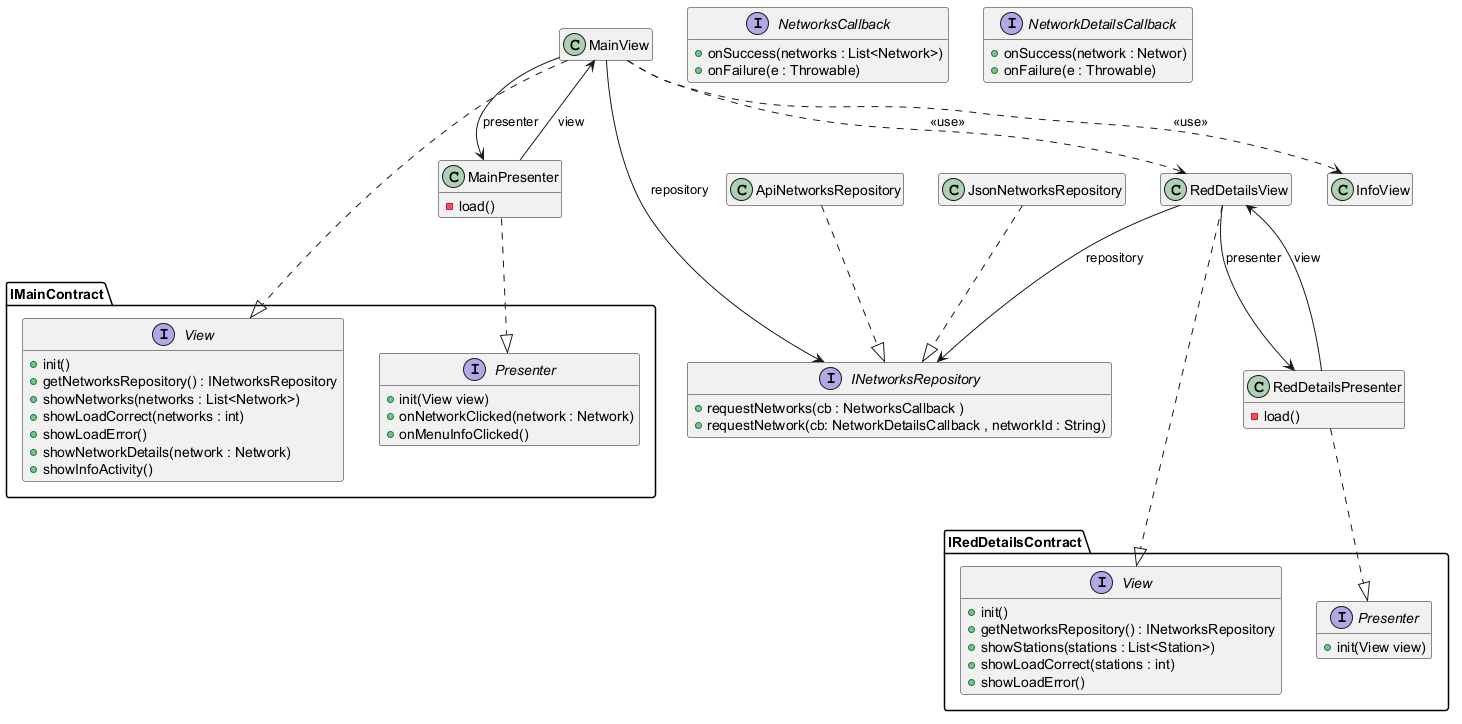
Before: Docs/Models/architecture.png, a diagram exported from PlantUML (isunican/App-Bicis-Grupo1).
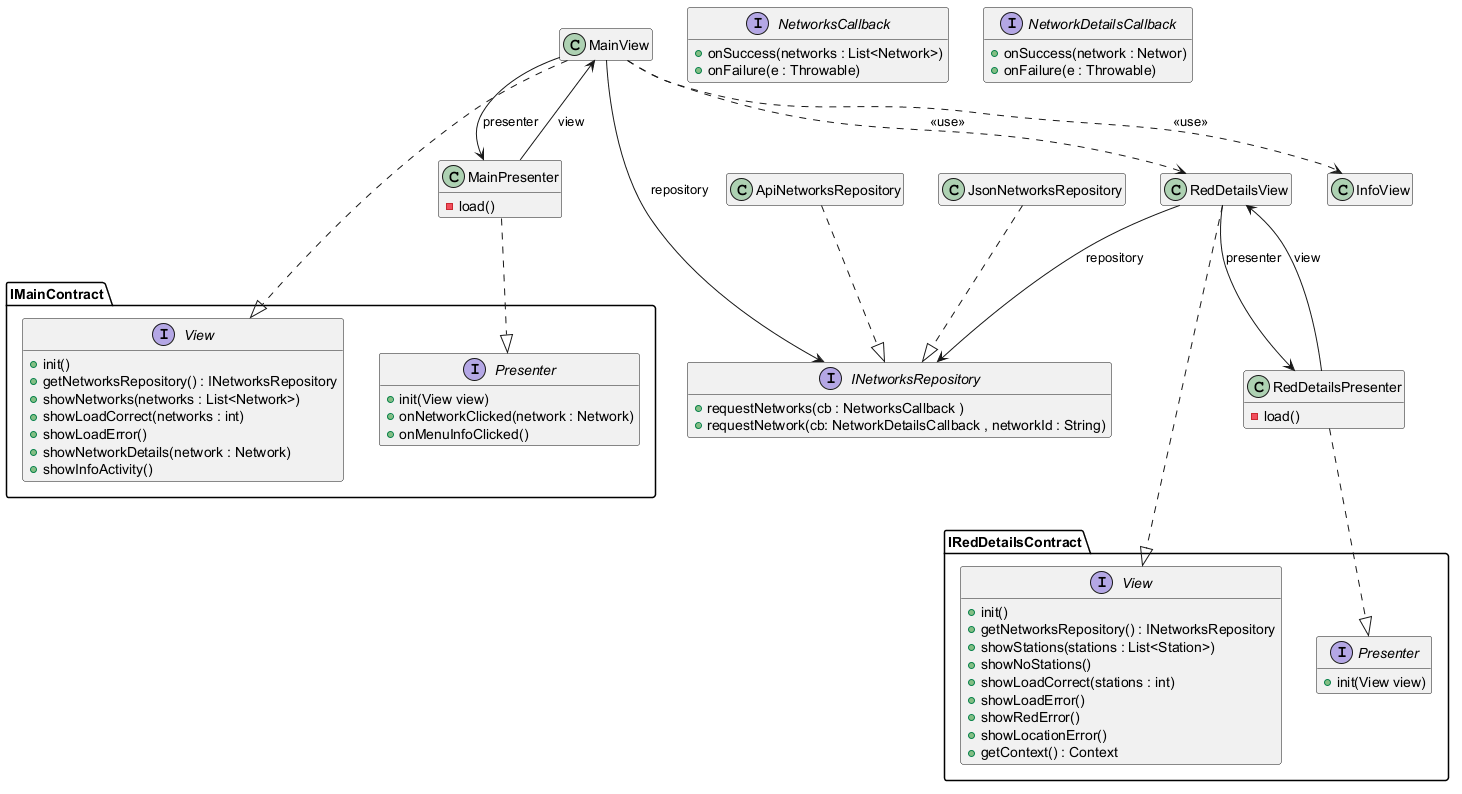
After the commit.

Commit message:
Documentar metodo load del presenter y actualizar modelo de arquitectura

What changed in the source:
```diff
@@ -57,8 +57,12 @@
     + init()
     + getNetworksRepository() : INetworksRepository
     + showStations(stations : List<Station>)
+    + showNoStations()
     + showLoadCorrect(stations : int)
     + showLoadError()
+    + showRedError()
+    + showLocationError()
+    + getContext() : Context
 }
 
 interface IRedDetailsContract.Presenter {
```
